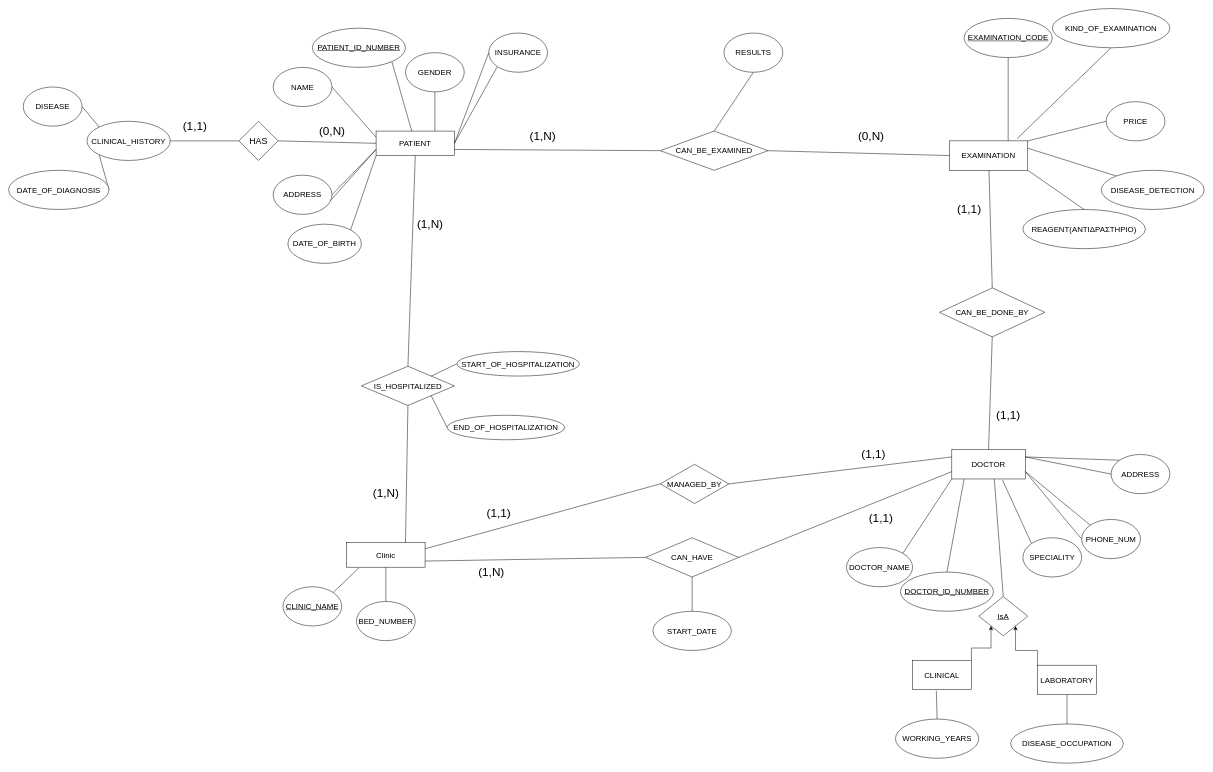
This is Hospital_Management_System/Hospital_Management_System_ER-MODEL.drawio from GeorgeM2000/Databases, a draw.io file, before an edit. Source tidied: cells renumbered, new cells numbered last; positions are measured from the earlier drawing's top-left corner, leaving out a move shared by most shapes. Both pictures are drawn from the tidied source at 49%, with x=0, y=0 at pixel (8, 8).
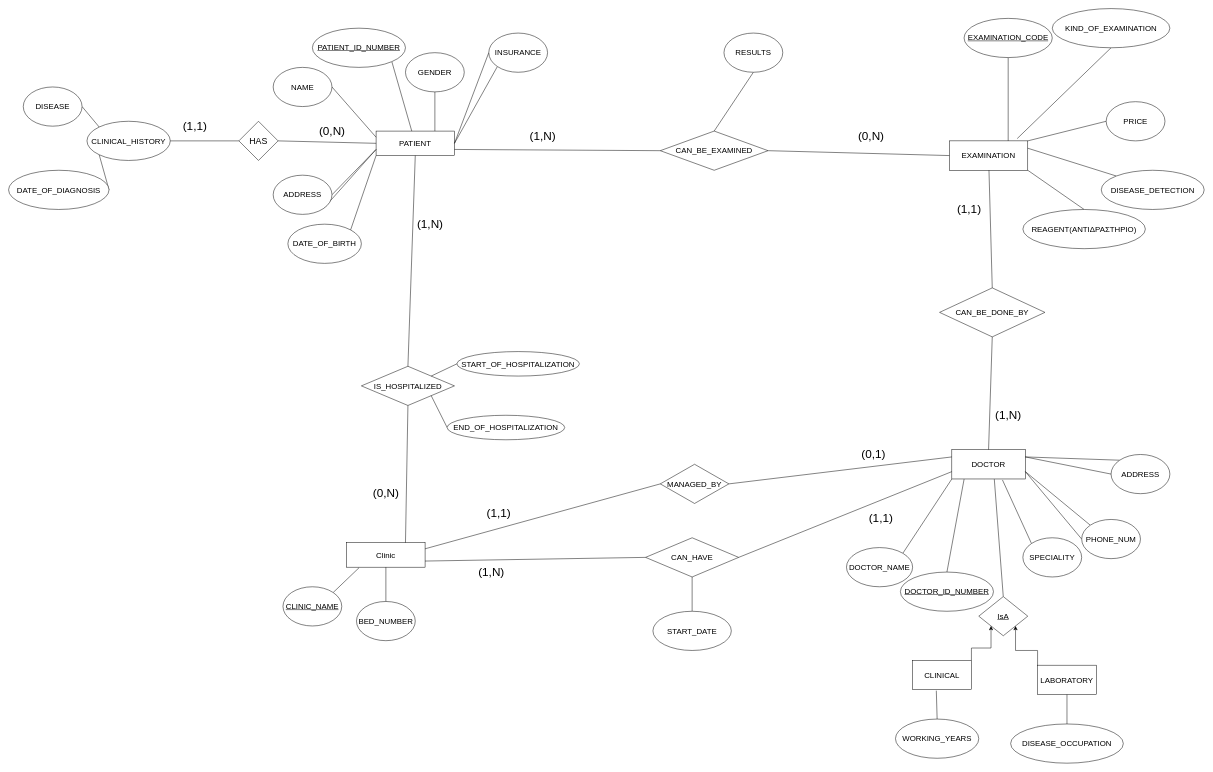
The same diagram, later.

What changed in the source:
```diff
@@
-    <mxCell id="87" value="&lt;font style=&quot;font-size: 24px&quot;&gt;(1,1)&lt;/font&gt;" style="text;html=1;align=center;verticalAlign=middle;" parent="1" vertex="1">
+    <mxCell id="87" value="&lt;font style=&quot;font-size: 24px&quot;&gt;(0,1)&lt;/font&gt;" style="text;html=1;align=center;verticalAlign=middle;" parent="1" vertex="1">
       <mxGeometry x="1735" y="900" width="60" height="20" as="geometry" />
     </mxCell>
@@
-    <mxCell id="89" value="&lt;font style=&quot;font-size: 24px&quot;&gt;(1,N)&lt;/font&gt;" style="text;html=1;align=center;verticalAlign=middle;" parent="1" vertex="1">
+    <mxCell id="89" value="&lt;font style=&quot;font-size: 24px&quot;&gt;(0,N)&lt;/font&gt;" style="text;html=1;align=center;verticalAlign=middle;" parent="1" vertex="1">
       <mxGeometry x="735" y="980" width="70" height="20" as="geometry" />
     </mxCell>
@@
-    <mxCell id="94" value="&lt;font style=&quot;font-size: 24px&quot;&gt;(1,1)&lt;/font&gt;" style="text;html=1;align=center;verticalAlign=middle;" parent="1" vertex="1">
-      <mxGeometry x="2010" y="820" width="60" height="20" as="geometry" />
+    <mxCell id="94" value="&lt;font style=&quot;font-size: 24px&quot;&gt;(1,N)&lt;/font&gt;" style="text;html=1;align=center;verticalAlign=middle;" parent="1" vertex="1">
+      <mxGeometry x="2005" y="820" width="70" height="20" as="geometry" />
     </mxCell>
```
